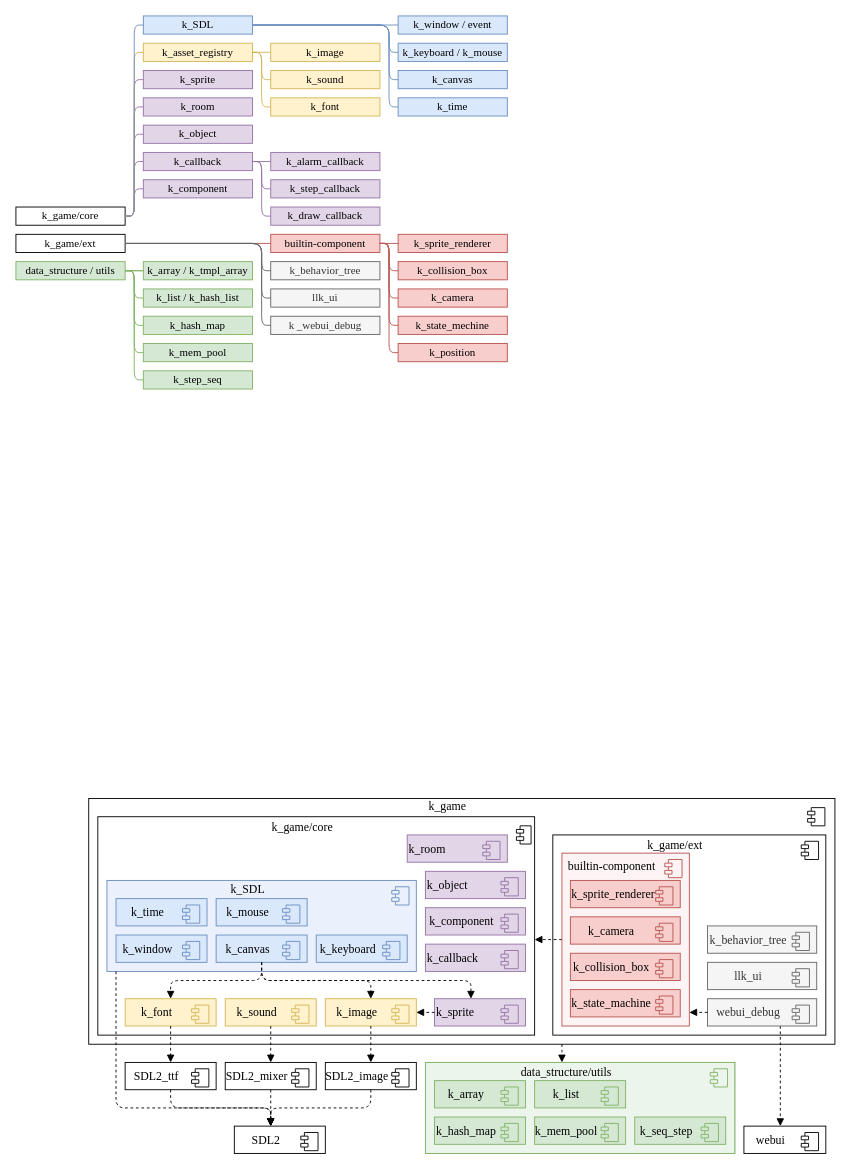
Above: page "模块，思维导图" (2 of 19) of k_game/docs/drawio/k_game.drawio in szdxdxdx/k_game (draw.io), before the change. Source tidied: cells renumbered, new cells numbered last; positions are measured from the earlier drawing's top-left corner, leaving out a move shared by most shapes. Both pictures are drawn from the tidied source at 91%, with x=0, y=0 at pixel (15, 15).
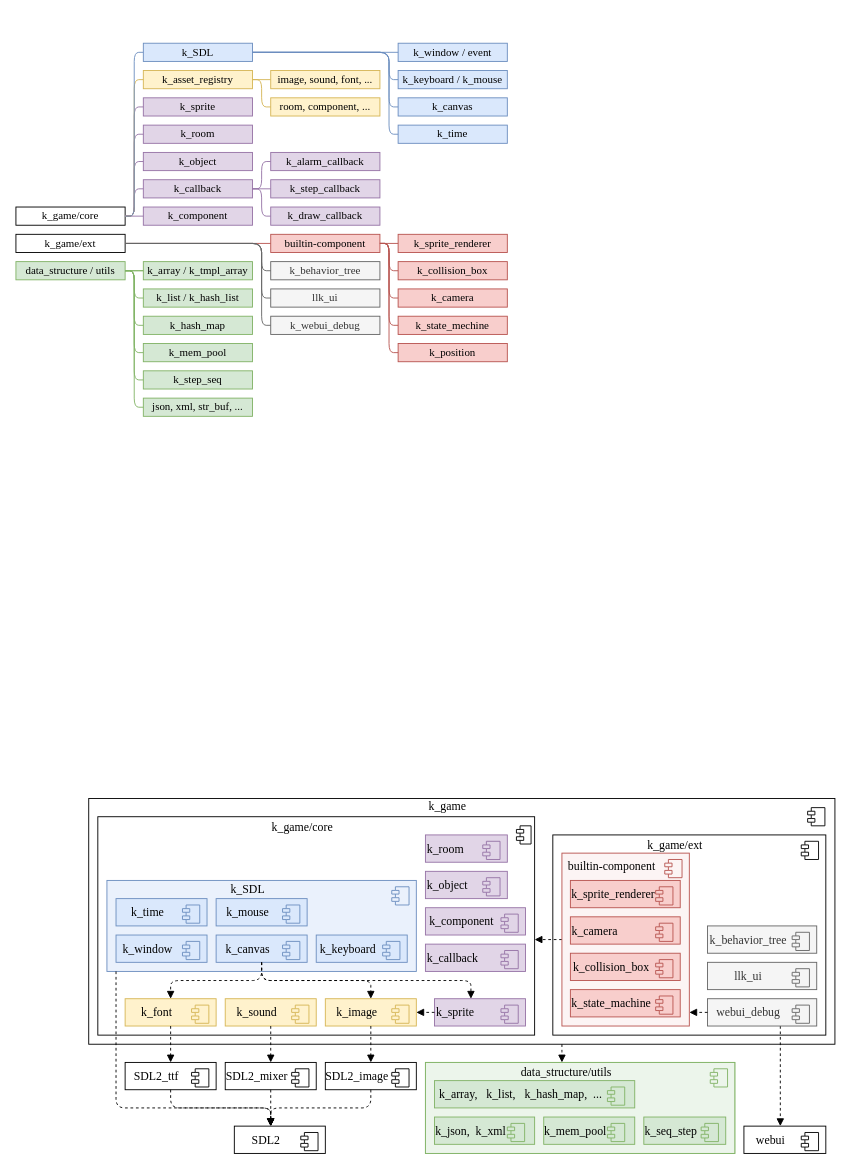
The same page after the edit.

The change refers to these unchanged cells:
```xml
<mxCell id="5" style="group;" parent="1" vertex="1">
  <mxGeometry x="90" y="870" width="500" height="250" as="geometry" />
</mxCell>
<mxCell id="57" value="k_step_callback" style="rounded=0;whiteSpace=wrap;html=1;fontFamily=Times New Roman;fillColor=#e1d5e7;strokeColor=#9673a6;" parent="1" vertex="1">
  <mxGeometry x="280" y="180" width="120" height="20" as="geometry" />
</mxCell>
<mxCell id="58" value="k_alarm_callback" style="rounded=0;whiteSpace=wrap;html=1;fontFamily=Times New Roman;fillColor=#e1d5e7;strokeColor=#9673a6;" parent="1" vertex="1">
  <mxGeometry x="280" y="150" width="120" height="20" as="geometry" />
</mxCell>
<mxCell id="59" value="k_draw_callback" style="rounded=0;whiteSpace=wrap;html=1;fontFamily=Times New Roman;fillColor=#e1d5e7;strokeColor=#9673a6;" parent="1" vertex="1">
  <mxGeometry x="280" y="210" width="120" height="20" as="geometry" />
</mxCell>
<mxCell id="66" value="k_game/core" style="rounded=0;whiteSpace=wrap;html=1;fontFamily=Times New Roman;" parent="1" vertex="1">
  <mxGeometry y="210" width="120" height="20" as="geometry" />
</mxCell>
<mxCell id="90" value="data_structure / utils" style="rounded=0;whiteSpace=wrap;html=1;fontFamily=Times New Roman;fillColor=#d5e8d4;strokeColor=#82b366;" parent="1" vertex="1">
  <mxGeometry y="270" width="120" height="20" as="geometry" />
</mxCell>
```

Diff of the diagram source:
```diff
@@
     <mxCell id="34" value="k_room" style="html=1;whiteSpace=wrap;align=left;spacingRight=30;fontFamily=Times New Roman;fillColor=#e1d5e7;strokeColor=#9673a6;fontSize=13;fontStyle=0;" parent="5" vertex="1">
-      <mxGeometry x="340" y="30" width="110" height="30" as="geometry" />
+      <mxGeometry x="360" y="30" width="90" height="30" as="geometry" />
     </mxCell>
@@
     <mxCell id="38" value="k_object" style="html=1;whiteSpace=wrap;align=left;spacingRight=30;fontFamily=Times New Roman;fillColor=#e1d5e7;strokeColor=#9673a6;fontSize=13;fontStyle=0;" parent="5" vertex="1">
-      <mxGeometry x="360" y="70" width="110" height="30" as="geometry" />
+      <mxGeometry x="360" y="70" width="90" height="30" as="geometry" />
     </mxCell>
@@
-    <mxCell id="41" value="k _webui_debug" style="rounded=0;whiteSpace=wrap;html=1;fontFamily=Times New Roman;fillColor=#f5f5f5;fontColor=#333333;strokeColor=#666666;" parent="1" vertex="1">
+    <mxCell id="41" value="k_webui_debug" style="rounded=0;whiteSpace=wrap;html=1;fontFamily=Times New Roman;fillColor=#f5f5f5;fontColor=#333333;strokeColor=#666666;" parent="1" vertex="1">
       <mxGeometry x="280" y="330" width="120" height="20" as="geometry" />
     </mxCell>
@@
     <mxCell id="60" value="k_callback" style="rounded=0;whiteSpace=wrap;html=1;fontFamily=Times New Roman;fillColor=#e1d5e7;strokeColor=#9673a6;" parent="1" vertex="1">
-      <mxGeometry x="140" y="150" width="120" height="20" as="geometry" />
+      <mxGeometry x="140" y="180" width="120" height="20" as="geometry" />
     </mxCell>
     <mxCell id="61" value="k_component" style="rounded=0;whiteSpace=wrap;html=1;fontFamily=Times New Roman;fillColor=#e1d5e7;strokeColor=#9673a6;" parent="1" vertex="1">
-      <mxGeometry x="140" y="180" width="120" height="20" as="geometry" />
+      <mxGeometry x="140" y="210" width="120" height="20" as="geometry" />
     </mxCell>
     <mxCell id="62" value="k_room" style="rounded=0;whiteSpace=wrap;html=1;fontFamily=Times New Roman;fillColor=#e1d5e7;strokeColor=#9673a6;" parent="1" vertex="1">
-      <mxGeometry x="140" y="90" width="120" height="20" as="geometry" />
+      <mxGeometry x="140" y="120" width="120" height="20" as="geometry" />
     </mxCell>
     <mxCell id="63" value="k_object" style="rounded=0;whiteSpace=wrap;html=1;fontFamily=Times New Roman;fillColor=#e1d5e7;strokeColor=#9673a6;" parent="1" vertex="1">
-      <mxGeometry x="140" y="120" width="120" height="20" as="geometry" />
+      <mxGeometry x="140" y="150" width="120" height="20" as="geometry" />
     </mxCell>
     <mxCell id="64" value="k_sprite" style="rounded=0;whiteSpace=wrap;html=1;fontFamily=Times New Roman;fillColor=#e1d5e7;strokeColor=#9673a6;" parent="1" vertex="1">
-      <mxGeometry x="140" y="60" width="120" height="20" as="geometry" />
+      <mxGeometry x="140" y="90" width="120" height="20" as="geometry" />
     </mxCell>
     <mxCell id="65" style="endArrow=none;html=1;rounded=1;edgeStyle=orthogonalEdgeStyle;fillColor=#e1d5e7;strokeColor=#9673a6;" parent="1" edge="1" source="60" target="58">
       <mxGeometry relative="1" as="geometry">
         <Array as="points">
-          <mxPoint x="240" y="160" />
-          <mxPoint x="240" y="160" />
+          <mxPoint x="270" y="190" />
+          <mxPoint x="270" y="160" />
         </Array>
       </mxGeometry>
     </mxCell>
@@
     <mxCell id="67" style="endArrow=none;html=1;rounded=1;edgeStyle=orthogonalEdgeStyle;fillColor=#e1d5e7;strokeColor=#9673a6;" parent="1" edge="1" source="60" target="59">
       <mxGeometry relative="1" as="geometry">
         <Array as="points">
-          <mxPoint x="270" y="160" />
+          <mxPoint x="270" y="190" />
           <mxPoint x="270" y="220" />
         </Array>
       </mxGeometry>
     </mxCell>
     <mxCell id="68" style="endArrow=none;html=1;rounded=1;edgeStyle=orthogonalEdgeStyle;fillColor=#e1d5e7;strokeColor=#9673a6;" parent="1" edge="1" source="60" target="57">
       <mxGeometry relative="1" as="geometry">
         <Array as="points">
-          <mxPoint x="270" y="160" />
-          <mxPoint x="270" y="190" />
+          <mxPoint x="240" y="190" />
+          <mxPoint x="240" y="190" />
         </Array>
       </mxGeometry>
     </mxCell>
-    <mxCell id="69" value="k_image" style="rounded=0;whiteSpace=wrap;html=1;fontFamily=Times New Roman;fillColor=#fff2cc;strokeColor=#d6b656;" parent="1" vertex="1">
-      <mxGeometry x="280" y="30" width="120" height="20" as="geometry" />
+    <mxCell id="69" value="image, sound, font, ..." style="rounded=0;whiteSpace=wrap;html=1;fontFamily=Times New Roman;fillColor=#fff2cc;strokeColor=#d6b656;" parent="1" vertex="1">
+      <mxGeometry x="280" y="60" width="120" height="20" as="geometry" />
     </mxCell>
-    <mxCell id="70" value="k_sound" style="rounded=0;whiteSpace=wrap;html=1;fontFamily=Times New Roman;fillColor=#fff2cc;strokeColor=#d6b656;" parent="1" vertex="1">
-      <mxGeometry x="280" y="60" width="120" height="20" as="geometry" />
-    </mxCell>
-    <mxCell id="71" value="k_font" style="rounded=0;whiteSpace=wrap;html=1;fontFamily=Times New Roman;fillColor=#fff2cc;strokeColor=#d6b656;" parent="1" vertex="1">
+    <mxCell id="71" value="room, component, ..." style="rounded=0;whiteSpace=wrap;html=1;fontFamily=Times New Roman;fillColor=#fff2cc;strokeColor=#d6b656;" parent="1" vertex="1">
       <mxGeometry x="280" y="90" width="120" height="20" as="geometry" />
     </mxCell>
     <mxCell id="72" style="endArrow=none;html=1;rounded=1;edgeStyle=orthogonalEdgeStyle;fillColor=#fff2cc;strokeColor=#d6b656;" parent="1" edge="1" source="69" target="73">
       <mxGeometry relative="1" as="geometry">
         <Array as="points">
-          <mxPoint x="290" y="40" />
-          <mxPoint x="290" y="40" />
+          <mxPoint x="310" y="70" />
+          <mxPoint x="310" y="70" />
         </Array>
       </mxGeometry>
     </mxCell>
     <mxCell id="73" value="k_asset_registry" style="rounded=0;whiteSpace=wrap;html=1;fontFamily=Times New Roman;fillColor=#fff2cc;strokeColor=#d6b656;" parent="1" vertex="1">
-      <mxGeometry x="140" y="30" width="120" height="20" as="geometry" />
+      <mxGeometry x="140" y="60" width="120" height="20" as="geometry" />
     </mxCell>
-    <mxCell id="74" style="endArrow=none;html=1;rounded=1;edgeStyle=orthogonalEdgeStyle;fillColor=#fff2cc;strokeColor=#d6b656;" parent="1" edge="1" source="70" target="73">
-      <mxGeometry relative="1" as="geometry">
-        <Array as="points">
-          <mxPoint x="270" y="70" />
-          <mxPoint x="270" y="40" />
-        </Array>
-      </mxGeometry>
-    </mxCell>
     <mxCell id="75" style="endArrow=none;html=1;rounded=1;edgeStyle=orthogonalEdgeStyle;fillColor=#fff2cc;strokeColor=#d6b656;" parent="1" edge="1" source="71" target="73">
       <mxGeometry relative="1" as="geometry">
         <Array as="points">
           <mxPoint x="270" y="100" />
-          <mxPoint x="270" y="40" />
+          <mxPoint x="270" y="70" />
         </Array>
       </mxGeometry>
     </mxCell>
     <mxCell id="76" value="k_canvas" style="rounded=0;whiteSpace=wrap;html=1;fontFamily=Times New Roman;fillColor=#dae8fc;strokeColor=#6c8ebf;" parent="1" vertex="1">
-      <mxGeometry x="420" y="60" width="120" height="20" as="geometry" />
+      <mxGeometry x="420" y="90" width="120" height="20" as="geometry" />
     </mxCell>
     <mxCell id="77" value="k_time" style="rounded=0;whiteSpace=wrap;html=1;fontFamily=Times New Roman;fillColor=#dae8fc;strokeColor=#6c8ebf;" parent="1" vertex="1">
-      <mxGeometry x="420" y="90" width="120" height="20" as="geometry" />
+      <mxGeometry x="420" y="120" width="120" height="20" as="geometry" />
     </mxCell>
     <mxCell id="78" value="k_keyboard / k_mouse" style="rounded=0;whiteSpace=wrap;html=1;fontFamily=Times New Roman;fillColor=#dae8fc;strokeColor=#6c8ebf;" parent="1" vertex="1">
-      <mxGeometry x="420" y="30" width="120" height="20" as="geometry" />
+      <mxGeometry x="420" y="60" width="120" height="20" as="geometry" />
     </mxCell>
     <mxCell id="79" value="k_window / event" style="rounded=0;whiteSpace=wrap;html=1;fontFamily=Times New Roman;fillColor=#dae8fc;strokeColor=#6c8ebf;" parent="1" vertex="1">
-      <mxGeometry x="420" width="120" height="20" as="geometry" />
+      <mxGeometry x="420" y="30" width="120" height="20" as="geometry" />
     </mxCell>
     <mxCell id="80" value="k_SDL" style="rounded=0;whiteSpace=wrap;html=1;fontFamily=Times New Roman;fillColor=#dae8fc;strokeColor=#6c8ebf;" parent="1" vertex="1">
-      <mxGeometry x="140" width="120" height="20" as="geometry" />
+      <mxGeometry x="140" y="30" width="120" height="20" as="geometry" />
     </mxCell>
     <mxCell id="81" style="endArrow=none;html=1;rounded=1;edgeStyle=orthogonalEdgeStyle;fillColor=#dae8fc;strokeColor=#6c8ebf;" parent="1" edge="1" source="79" target="80">
       <mxGeometry relative="1" as="geometry">
         <Array as="points">
-          <mxPoint x="450" y="10" />
-          <mxPoint x="450" y="10" />
+          <mxPoint x="450" y="40" />
         </Array>
       </mxGeometry>
     </mxCell>
     <mxCell id="82" style="endArrow=none;html=1;rounded=1;edgeStyle=orthogonalEdgeStyle;fillColor=#dae8fc;strokeColor=#6c8ebf;" parent="1" edge="1" source="76" target="80">
       <mxGeometry relative="1" as="geometry">
         <Array as="points">
-          <mxPoint x="410" y="70" />
-          <mxPoint x="410" y="10" />
+          <mxPoint x="410" y="100" />
+          <mxPoint x="410" y="40" />
         </Array>
       </mxGeometry>
     </mxCell>
     <mxCell id="83" style="endArrow=none;html=1;rounded=1;edgeStyle=orthogonalEdgeStyle;fillColor=#dae8fc;strokeColor=#6c8ebf;" parent="1" edge="1" source="78" target="80">
       <mxGeometry relative="1" as="geometry">
         <Array as="points">
+          <mxPoint x="410" y="70" />
           <mxPoint x="410" y="40" />
-          <mxPoint x="410" y="10" />
         </Array>
       </mxGeometry>
     </mxCell>
     <mxCell id="84" style="endArrow=none;html=1;rounded=1;edgeStyle=orthogonalEdgeStyle;fillColor=#dae8fc;strokeColor=#6c8ebf;" parent="1" edge="1" source="77" target="80">
       <mxGeometry relative="1" as="geometry">
         <Array as="points">
-          <mxPoint x="410" y="100" />
-          <mxPoint x="410" y="10" />
+          <mxPoint x="410" y="130" />
+          <mxPoint x="410" y="40" />
         </Array>
       </mxGeometry>
     </mxCell>
@@
     <mxCell id="97" style="endArrow=none;html=1;rounded=1;edgeStyle=orthogonalEdgeStyle;fillColor=#e1d5e7;strokeColor=#9673a6;" parent="1" edge="1" source="66" target="64">
       <mxGeometry relative="1" as="geometry">
         <Array as="points">
           <mxPoint x="130" y="220" />
-          <mxPoint x="130" y="70" />
+          <mxPoint x="130" y="100" />
         </Array>
       </mxGeometry>
     </mxCell>
     <mxCell id="98" style="endArrow=none;html=1;rounded=1;edgeStyle=orthogonalEdgeStyle;fillColor=#e1d5e7;strokeColor=#9673a6;" parent="1" edge="1" source="66" target="62">
       <mxGeometry relative="1" as="geometry">
         <Array as="points">
           <mxPoint x="130" y="220" />
-          <mxPoint x="130" y="100" />
+          <mxPoint x="130" y="130" />
         </Array>
       </mxGeometry>
     </mxCell>
     <mxCell id="99" style="endArrow=none;html=1;rounded=1;edgeStyle=orthogonalEdgeStyle;fillColor=#e1d5e7;strokeColor=#9673a6;" parent="1" edge="1" source="66" target="63">
       <mxGeometry relative="1" as="geometry">
         <Array as="points">
           <mxPoint x="130" y="220" />
-          <mxPoint x="130" y="130" />
+          <mxPoint x="130" y="160" />
         </Array>
       </mxGeometry>
     </mxCell>
     <mxCell id="100" style="endArrow=none;html=1;rounded=1;edgeStyle=orthogonalEdgeStyle;fillColor=#e1d5e7;strokeColor=#9673a6;" parent="1" edge="1" source="66" target="61">
       <mxGeometry relative="1" as="geometry">
         <Array as="points">
-          <mxPoint x="130" y="220" />
-          <mxPoint x="130" y="190" />
+          <mxPoint x="160" y="220" />
+          <mxPoint x="160" y="220" />
         </Array>
       </mxGeometry>
     </mxCell>
     <mxCell id="101" style="endArrow=none;html=1;rounded=1;edgeStyle=orthogonalEdgeStyle;fillColor=#e1d5e7;strokeColor=#9673a6;" parent="1" edge="1" source="66" target="60">
       <mxGeometry relative="1" as="geometry">
         <Array as="points">
           <mxPoint x="130" y="220" />
-          <mxPoint x="130" y="160" />
+          <mxPoint x="130" y="190" />
         </Array>
       </mxGeometry>
     </mxCell>
     <mxCell id="102" style="endArrow=none;html=1;rounded=1;edgeStyle=orthogonalEdgeStyle;fillColor=#fff2cc;strokeColor=#d6b656;" parent="1" edge="1" source="66" target="73">
       <mxGeometry relative="1" as="geometry">
         <Array as="points">
           <mxPoint x="130" y="220" />
-          <mxPoint x="130" y="40" />
+          <mxPoint x="130" y="70" />
         </Array>
       </mxGeometry>
     </mxCell>
     <mxCell id="103" style="endArrow=none;html=1;rounded=1;edgeStyle=orthogonalEdgeStyle;fillColor=#dae8fc;strokeColor=#6c8ebf;" parent="1" edge="1" source="66" target="80">
       <mxGeometry relative="1" as="geometry">
         <Array as="points">
           <mxPoint x="130" y="220" />
-          <mxPoint x="130" y="10" />
+          <mxPoint x="130" y="40" />
         </Array>
       </mxGeometry>
     </mxCell>
@@
-    <mxCell id="125" value="k_array" style="html=1;whiteSpace=wrap;align=center;spacingRight=30;fontFamily=Times New Roman;fillColor=#d5e8d4;strokeColor=#82b366;fontSize=13;fontStyle=0;" parent="1" vertex="1">
-      <mxGeometry x="460" y="1170" width="100" height="30" as="geometry" />
+    <mxCell id="125" value="k_array,&amp;nbsp; &amp;nbsp;k_list,&amp;nbsp; &amp;nbsp;k_hash_map,&amp;nbsp; ..." style="html=1;whiteSpace=wrap;align=center;spacingRight=30;fontFamily=Times New Roman;fillColor=#d5e8d4;strokeColor=#82b366;fontSize=13;fontStyle=0;" parent="1" vertex="1">
+      <mxGeometry x="460" y="1170" width="220" height="30" as="geometry" />
     </mxCell>
-    <mxCell id="126" value="k_list" style="html=1;whiteSpace=wrap;align=center;spacingRight=30;fontFamily=Times New Roman;fillColor=#d5e8d4;strokeColor=#82b366;fontSize=13;fontStyle=0;" parent="1" vertex="1">
-      <mxGeometry x="570" y="1170" width="100" height="30" as="geometry" />
-    </mxCell>
     <mxCell id="127" value="k_mem_pool" style="html=1;whiteSpace=wrap;align=center;spacingRight=30;fontFamily=Times New Roman;fillColor=#d5e8d4;strokeColor=#82b366;fontSize=13;fontStyle=0;" parent="1" vertex="1">
-      <mxGeometry x="570" y="1210" width="100" height="30" as="geometry" />
+      <mxGeometry x="580" y="1210" width="100" height="30" as="geometry" />
     </mxCell>
     <mxCell id="128" value="k_seq_step" style="html=1;whiteSpace=wrap;align=center;spacingRight=30;fontFamily=Times New Roman;fillColor=#d5e8d4;strokeColor=#82B366;fontSize=13;fontStyle=0;" parent="1" vertex="1">
-      <mxGeometry x="680" y="1210" width="100" height="30" as="geometry" />
+      <mxGeometry x="690" y="1210" width="90" height="30" as="geometry" />
     </mxCell>
-    <mxCell id="129" value="k_hash_map" style="html=1;whiteSpace=wrap;align=center;spacingRight=30;fontFamily=Times New Roman;fillColor=#d5e8d4;strokeColor=#82b366;fontSize=13;fontStyle=0;" parent="1" vertex="1">
-      <mxGeometry x="460" y="1210" width="100" height="30" as="geometry" />
+    <mxCell id="129" value="k_json,&amp;nbsp; k_xml" style="html=1;whiteSpace=wrap;align=center;spacingRight=30;fontFamily=Times New Roman;fillColor=#d5e8d4;strokeColor=#82b366;fontSize=13;fontStyle=0;" parent="1" vertex="1">
+      <mxGeometry x="460" y="1210" width="110" height="30" as="geometry" />
     </mxCell>
@@
     <mxCell id="131" style="shape=module;jettyWidth=8;jettyHeight=4;fontFamily=Times New Roman;fillColor=#d5e8d4;strokeColor=#82b366;fontSize=13;fontStyle=0;" parent="1" vertex="1">
-      <mxGeometry x="533" y="1177" width="19" height="20" as="geometry">
+      <mxGeometry x="650" y="1177" width="19" height="20" as="geometry">
         <mxPoint x="-27" y="7" as="offset" />
       </mxGeometry>
     </mxCell>
-    <mxCell id="132" style="shape=module;jettyWidth=8;jettyHeight=4;fontFamily=Times New Roman;fillColor=#d5e8d4;strokeColor=#82b366;fontSize=13;fontStyle=0;" parent="1" vertex="1">
-      <mxGeometry x="643" y="1177" width="19" height="20" as="geometry">
-        <mxPoint x="-27" y="7" as="offset" />
-      </mxGeometry>
-    </mxCell>
     <mxCell id="133" style="shape=module;jettyWidth=8;jettyHeight=4;fontFamily=Times New Roman;fillColor=#d5e8d4;strokeColor=#82b366;fontSize=13;fontStyle=0;" parent="1" vertex="1">
-      <mxGeometry x="643" y="1217" width="19" height="20" as="geometry">
+      <mxGeometry x="650" y="1217" width="19" height="20" as="geometry">
         <mxPoint x="-27" y="7" as="offset" />
       </mxGeometry>
     </mxCell>
@@
     <mxCell id="135" style="shape=module;jettyWidth=8;jettyHeight=4;fontFamily=Times New Roman;fillColor=#d5e8d4;strokeColor=#82b366;fontSize=13;fontStyle=0;" parent="1" vertex="1">
-      <mxGeometry x="533" y="1217" width="19" height="20" as="geometry">
+      <mxGeometry x="540" y="1217" width="19" height="20" as="geometry">
         <mxPoint x="-27" y="7" as="offset" />
       </mxGeometry>
     </mxCell>
@@
-    <mxCell id="137" style="group;fontSize=13;fontStyle=0;" parent="1" vertex="1">
+    <mxCell id="137" style="group;fontSize=13;fontStyle=0;align=left;" parent="1" vertex="1">
       <mxGeometry x="600" y="920" width="140" height="190" as="geometry" />
     </mxCell>
@@
-    <mxCell id="142" value="&lt;font face=&quot;Times New Roman&quot; style=&quot;font-size: 13px;&quot;&gt;k_camera&lt;/font&gt;" style="html=1;whiteSpace=wrap;align=center;spacingRight=30;fillColor=#f8cecc;strokeColor=#b85450;fontSize=13;fontStyle=0;" parent="137" vertex="1">
+    <mxCell id="142" value="&lt;font face=&quot;Times New Roman&quot; style=&quot;font-size: 13px;&quot;&gt;k_camera&lt;/font&gt;" style="html=1;whiteSpace=wrap;align=left;spacingRight=30;fillColor=#f8cecc;strokeColor=#b85450;fontSize=13;fontStyle=0;" parent="137" vertex="1">
       <mxGeometry x="9.3" y="70" width="120.7" height="30" as="geometry" />
     </mxCell>
@@
+    <mxCell id="158" value="json, xml, str_buf, ..." style="rounded=0;whiteSpace=wrap;html=1;fontFamily=Times New Roman;fillColor=#d5e8d4;strokeColor=#82b366;" parent="1" vertex="1">
+      <mxGeometry x="140" y="420" width="120" height="20" as="geometry" />
+    </mxCell>
+    <mxCell id="159" style="endArrow=none;html=1;rounded=1;edgeStyle=orthogonalEdgeStyle;fillColor=#d5e8d4;strokeColor=#82b366;" parent="1" edge="1" source="90" target="158">
+      <mxGeometry relative="1" as="geometry">
+        <Array as="points">
+          <mxPoint x="130" y="280" />
+          <mxPoint x="130" y="430" />
+        </Array>
+      </mxGeometry>
+    </mxCell>
```
